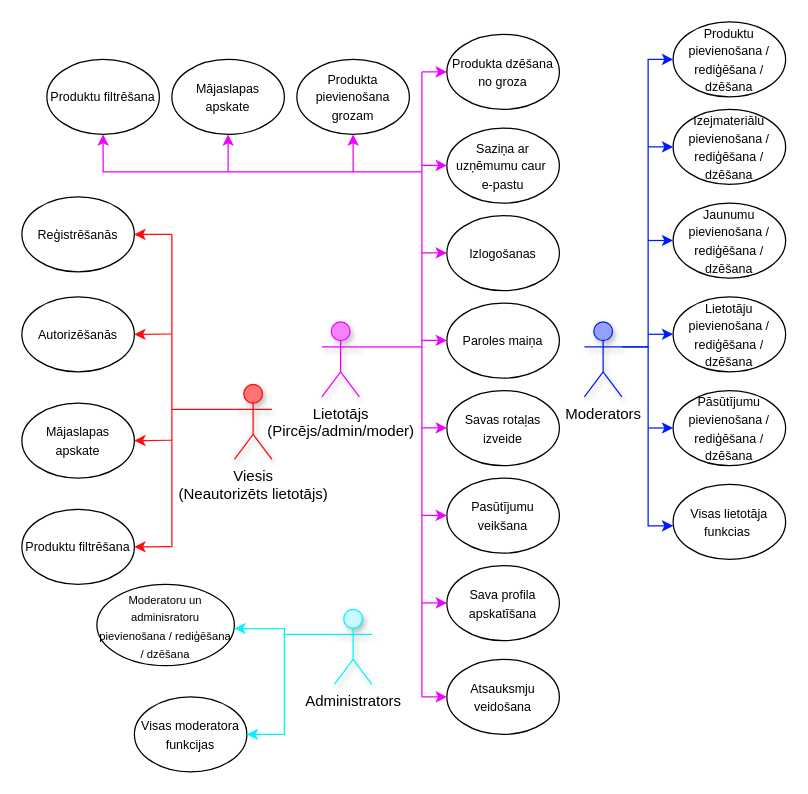
Before: diagrammas/UseCase.drawio in AnastasijaSinicina/eksamens, a draw.io diagram. Source tidied: cells renumbered, new cells numbered last; positions are measured from the earlier drawing's top-left corner, leaving out a move shared by most shapes. Both pictures are drawn from the tidied source at 125%, with x=0, y=0 at pixel (21, 21).
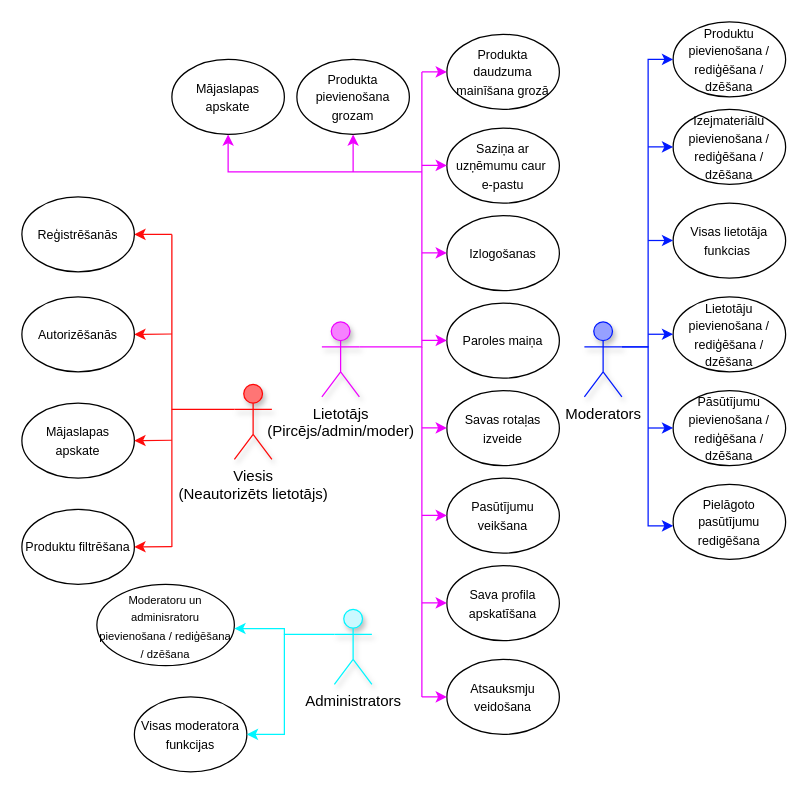
After the change.

The change refers to these unchanged cells:
```xml
<mxCell id="14" value="&lt;font style=&quot;font-size: 10px;&quot;&gt;Mājaslapas apskate&lt;/font&gt;" style="ellipse;whiteSpace=wrap;html=1;" parent="1" vertex="1">
  <mxGeometry x="120" y="30" width="90" height="60" as="geometry" />
</mxCell>
```

Change to the diagram source:
```diff
@@
-    <mxCell id="15" value="&lt;font style=&quot;font-size: 10px;&quot;&gt;Produktu filtrēšana&lt;/font&gt;" style="ellipse;whiteSpace=wrap;html=1;" parent="1" vertex="1">
-      <mxGeometry x="20" y="30" width="90" height="60" as="geometry" />
-    </mxCell>
@@
-    <mxCell id="24" value="&lt;font style=&quot;font-size: 10px;&quot;&gt;Produkta dzēšana no groza&lt;/font&gt;" style="ellipse;whiteSpace=wrap;html=1;" parent="1" vertex="1">
+    <mxCell id="24" value="&lt;span style=&quot;font-size: 10px;&quot;&gt;Produkta daudzuma mainīšana grozā&lt;/span&gt;" style="ellipse;whiteSpace=wrap;html=1;" parent="1" vertex="1">
       <mxGeometry x="340" y="10" width="90" height="60" as="geometry" />
     </mxCell>
@@
-    <mxCell id="35" style="endArrow=classic;html=1;rounded=0;strokeColor=#EE00FF;exitX=0.5;exitY=1;exitDx=0;exitDy=0;endFill=1;entryX=0.5;entryY=1;entryDx=0;entryDy=0;" parent="1" edge="1" source="15" target="15">
-      <mxGeometry relative="1" as="geometry" />
+    <mxCell id="35" style="endArrow=classic;html=1;rounded=0;strokeColor=#EE00FF;exitX=0.5;exitY=1;exitDx=0;exitDy=0;endFill=1;entryX=0.5;entryY=1;entryDx=0;entryDy=0;" parent="1" edge="1">
+      <mxGeometry relative="1" as="geometry">
+        <mxPoint x="65" y="90" as="sourcePoint" />
+        <mxPoint x="65" y="90" as="targetPoint" />
+      </mxGeometry>
     </mxCell>
-    <mxCell id="36" style="endArrow=classic;html=1;rounded=0;entryX=0.5;entryY=1;entryDx=0;entryDy=0;strokeColor=#EE00FF;" parent="1" edge="1" target="15">
+    <mxCell id="36" style="endArrow=classic;html=1;rounded=0;entryX=0.5;entryY=1;entryDx=0;entryDy=0;strokeColor=#EE00FF;" parent="1" edge="1" target="14">
       <mxGeometry relative="1" as="geometry">
         <mxPoint x="320" y="120" as="sourcePoint" />
         <Array as="points">
-          <mxPoint x="65" y="120" />
+          <mxPoint x="165" y="120" />
         </Array>
       </mxGeometry>
     </mxCell>
-    <mxCell id="37" style="endArrow=classic;html=1;rounded=0;strokeColor=#EE00FF;entryX=0.5;entryY=1;entryDx=0;entryDy=0;" parent="1" edge="1" target="14">
-      <mxGeometry relative="1" as="geometry">
-        <mxPoint x="165" y="120" as="sourcePoint" />
-      </mxGeometry>
-    </mxCell>
@@
-    <mxCell id="42" value="&lt;span style=&quot;font-size: 10px;&quot;&gt;Jaunumu pievienošana / rediģēšana / dzēšana&lt;/span&gt;" style="ellipse;whiteSpace=wrap;html=1;" parent="1" vertex="1">
+    <mxCell id="42" value="&lt;span style=&quot;font-size: 10px;&quot;&gt;Visas lietotāja funkcias&amp;nbsp;&lt;/span&gt;" style="ellipse;whiteSpace=wrap;html=1;" parent="1" vertex="1">
       <mxGeometry x="521" y="145" width="90" height="60" as="geometry" />
     </mxCell>
@@
-    <mxCell id="51" value="&lt;span style=&quot;font-size: 10px;&quot;&gt;Visas lietotāja funkcias&amp;nbsp;&lt;/span&gt;" style="ellipse;whiteSpace=wrap;html=1;" parent="1" vertex="1">
+    <mxCell id="51" value="&lt;font style=&quot;font-size: 10px;&quot;&gt;Pielāgoto pasūtījumu redigēšana&lt;/font&gt;" style="ellipse;whiteSpace=wrap;html=1;" parent="1" vertex="1">
       <mxGeometry x="521" y="370" width="90" height="60" as="geometry" />
     </mxCell>
```
